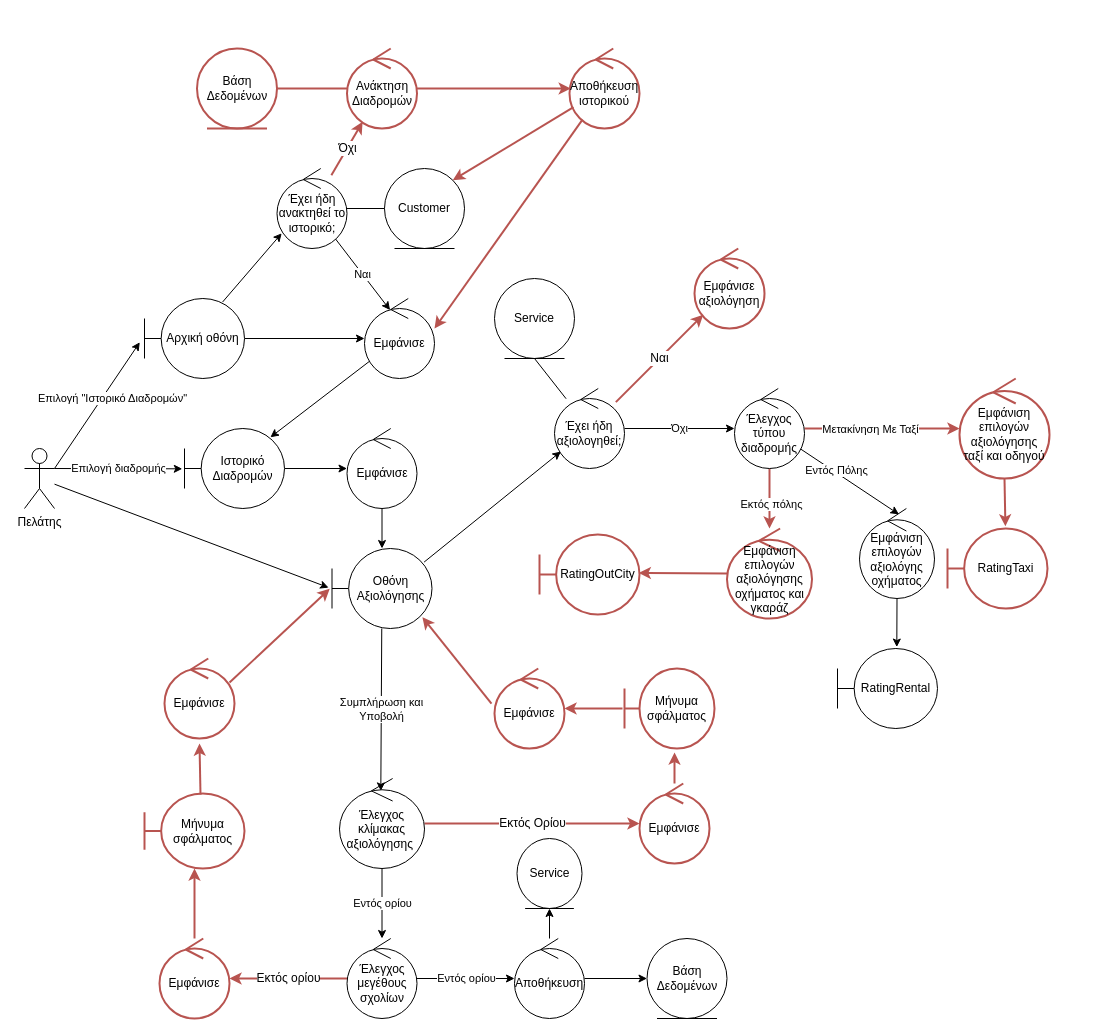
Above: Part_4/Robustness/diagrams/old/15_Αξιολόγηση.drawio in Nikolis2002/texnoligia_logismikou (draw.io), before the change. Source tidied: cells renumbered, new cells numbered last; positions are measured from the earlier drawing's top-left corner, leaving out a move shared by most shapes. Both pictures are drawn from the tidied source at 100%, with x=0, y=0 at pixel (24, 48).
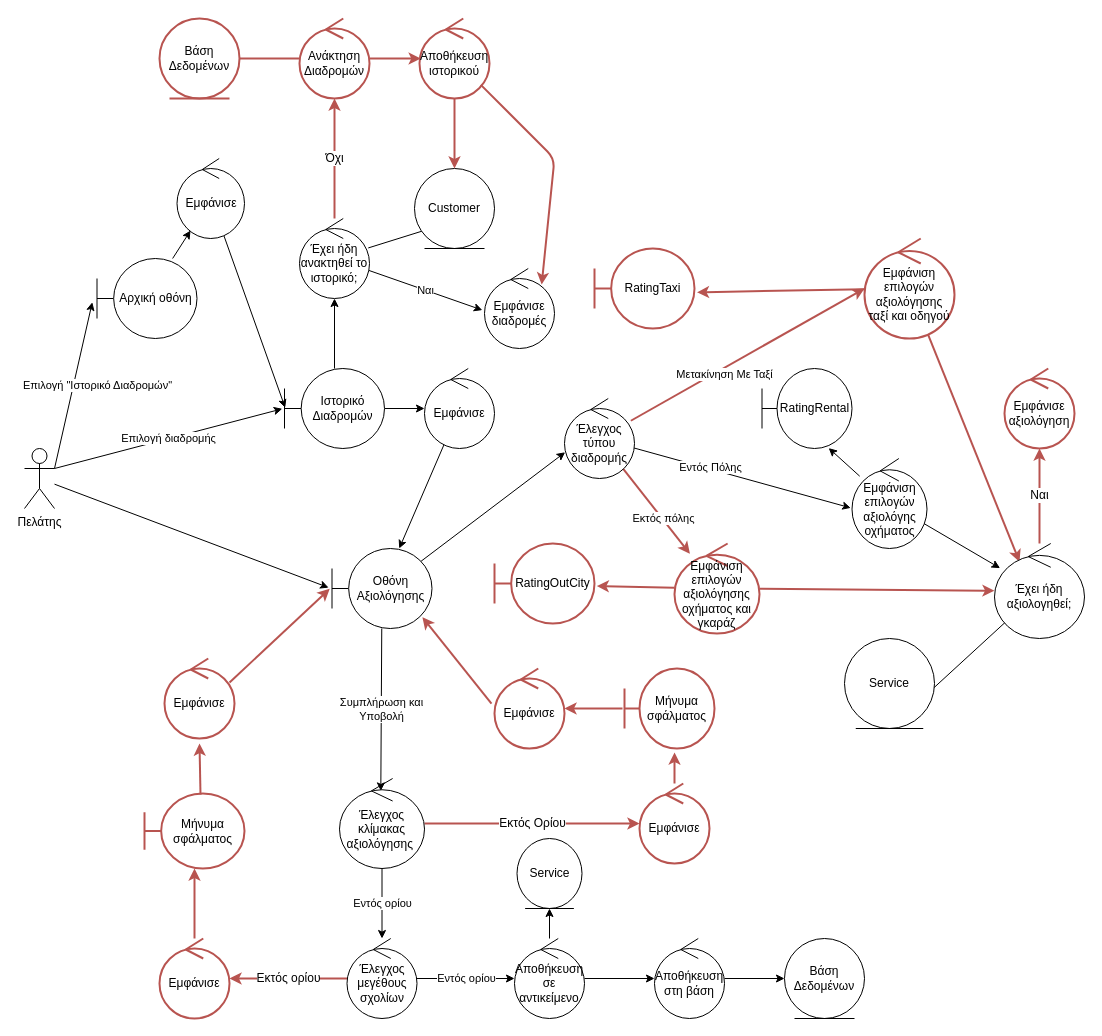
After the change.

Commit message (it also covers changes not shown here):
USE CASE 15

The change refers to these unchanged cells:
```xml
<mxCell id="60" value="Οθόνη Αξιολόγησης" style="shape=umlBoundary;whiteSpace=wrap;html=1;" parent="1" vertex="1">
  <mxGeometry x="307.5" y="500" width="100" height="80" as="geometry" />
</mxCell>
```

Diff of the diagram source:
```diff
@@
-    <mxCell id="7" style="edgeStyle=none;html=1;entryX=0.526;entryY=0.065;entryDx=0;entryDy=0;entryPerimeter=0;" parent="1" edge="1" source="13" target="17">
+    <mxCell id="7" style="edgeStyle=none;html=1;entryX=-0.017;entryY=0.549;entryDx=0;entryDy=0;entryPerimeter=0;" parent="1" edge="1" source="13" target="17">
       <mxGeometry relative="1" as="geometry" />
     </mxCell>
@@
-    <mxCell id="11" style="edgeStyle=none;html=1;entryX=0;entryY=0.5;entryDx=0;entryDy=0;entryPerimeter=0;fontSize=12;fillColor=none;strokeColor=#b85450;strokeWidth=2;" parent="1" edge="1" source="13" target="32">
-      <mxGeometry relative="1" as="geometry" />
+    <mxCell id="11" style="edgeStyle=none;html=1;fontSize=12;fillColor=none;strokeColor=#b85450;strokeWidth=2;" parent="1" edge="1" source="13">
+      <mxGeometry relative="1" as="geometry">
+        <mxPoint x="840" y="240" as="targetPoint" />
+      </mxGeometry>
     </mxCell>
@@
     <mxCell id="13" value="Έλεγχος τύπου διαδρομής" style="ellipse;shape=umlControl;whiteSpace=wrap;html=1;" parent="1" vertex="1">
-      <mxGeometry x="710" y="340" width="70" height="80" as="geometry" />
+      <mxGeometry x="540" y="350" width="70" height="80" as="geometry" />
     </mxCell>
@@
+    <mxCell id="76" style="edgeStyle=none;html=1;" parent="1" edge="1" source="15" target="64">
+      <mxGeometry relative="1" as="geometry" />
+    </mxCell>
     <mxCell id="15" value="Ιστορικό Διαδρομών" style="shape=umlBoundary;whiteSpace=wrap;html=1;" parent="1" vertex="1">
-      <mxGeometry x="160" y="380" width="100" height="80" as="geometry" />
+      <mxGeometry x="260" y="320" width="100" height="80" as="geometry" />
     </mxCell>
-    <mxCell id="16" style="edgeStyle=none;html=1;entryX=0.593;entryY=-0.018;entryDx=0;entryDy=0;entryPerimeter=0;" parent="1" edge="1" source="17" target="73">
+    <mxCell id="16" style="edgeStyle=none;html=1;entryX=0.741;entryY=0.995;entryDx=0;entryDy=0;entryPerimeter=0;" parent="1" edge="1" source="17" target="73">
       <mxGeometry relative="1" as="geometry" />
     </mxCell>
+    <mxCell id="77" style="edgeStyle=none;html=1;" parent="1" edge="1" source="17" target="45">
+      <mxGeometry relative="1" as="geometry" />
+    </mxCell>
     <mxCell id="17" value="Εμφάνιση επιλογών αξιολόγης οχήματος" style="ellipse;shape=umlControl;whiteSpace=wrap;html=1;fillColor=default;strokeColor=default;strokeWidth=1;" parent="1" vertex="1">
-      <mxGeometry x="835" y="460" width="75" height="90" as="geometry" />
+      <mxGeometry x="827.5" y="410" width="75" height="90" as="geometry" />
     </mxCell>
@@
-    <mxCell id="25" style="edgeStyle=none;html=1;endArrow=classic;endFill=1;" parent="1" edge="1" source="27" target="28">
-      <mxGeometry relative="1" as="geometry" />
-    </mxCell>
@@
+    <mxCell id="78" style="edgeStyle=none;html=1;" parent="1" edge="1" source="27" target="85">
+      <mxGeometry relative="1" as="geometry" />
+    </mxCell>
-    <mxCell id="27" value="Αποθήκευση" style="ellipse;shape=umlControl;whiteSpace=wrap;html=1;" parent="1" vertex="1">
+    <mxCell id="27" value="Αποθήκευση&lt;br&gt;σε αντικείμενο" style="ellipse;shape=umlControl;whiteSpace=wrap;html=1;" parent="1" vertex="1">
       <mxGeometry x="490" y="890" width="70" height="80" as="geometry" />
     </mxCell>
     <mxCell id="28" value="Βάση Δεδομένων" style="ellipse;shape=umlEntity;whiteSpace=wrap;html=1;" parent="1" vertex="1">
-      <mxGeometry x="622.5" y="890" width="80" height="80" as="geometry" />
+      <mxGeometry x="760" y="890" width="80" height="80" as="geometry" />
     </mxCell>
-    <mxCell id="29" style="edgeStyle=none;html=1;fontSize=12;fillColor=none;strokeColor=#b85450;strokeWidth=2;entryX=0.993;entryY=0.48;entryDx=0;entryDy=0;entryPerimeter=0;" parent="1" edge="1" source="30" target="75">
+    <mxCell id="29" style="edgeStyle=none;html=1;fontSize=12;fillColor=none;strokeColor=#b85450;strokeWidth=2;entryX=1.023;entryY=0.531;entryDx=0;entryDy=0;entryPerimeter=0;" parent="1" edge="1" source="30" target="75">
       <mxGeometry relative="1" as="geometry" />
     </mxCell>
+    <mxCell id="79" style="edgeStyle=none;html=1;fontSize=12;strokeColor=#b85450;fillColor=none;strokeWidth=2;" parent="1" edge="1" source="30" target="45">
+      <mxGeometry relative="1" as="geometry" />
+    </mxCell>
     <mxCell id="30" value="Εμφάνιση επιλογών αξιολόγησης οχήματος και γκαράζ" style="ellipse;shape=umlControl;whiteSpace=wrap;html=1;strokeColor=#b85450;fillColor=none;strokeWidth=2;" parent="1" vertex="1">
-      <mxGeometry x="702.5" y="480" width="85" height="90" as="geometry" />
+      <mxGeometry x="650" y="495" width="85" height="90" as="geometry" />
     </mxCell>
-    <mxCell id="31" style="edgeStyle=none;html=1;fontSize=12;fillColor=none;strokeColor=#b85450;strokeWidth=2;entryX=0.579;entryY=-0.027;entryDx=0;entryDy=0;entryPerimeter=0;" parent="1" edge="1" source="32" target="74">
+    <mxCell id="31" style="edgeStyle=none;html=1;fontSize=12;fillColor=none;strokeColor=#b85450;strokeWidth=2;entryX=1.025;entryY=0.548;entryDx=0;entryDy=0;entryPerimeter=0;" parent="1" edge="1" source="32" target="74">
       <mxGeometry relative="1" as="geometry" />
     </mxCell>
+    <mxCell id="80" style="edgeStyle=none;html=1;entryX=0.278;entryY=0.193;entryDx=0;entryDy=0;entryPerimeter=0;fontSize=12;strokeColor=#b85450;fillColor=none;strokeWidth=2;" parent="1" edge="1" source="32" target="45">
+      <mxGeometry relative="1" as="geometry" />
+    </mxCell>
     <mxCell id="32" value="Εμφάνιση επιλογών αξιολόγησης ταξί και οδηγού" style="ellipse;shape=umlControl;whiteSpace=wrap;html=1;strokeColor=#b85450;fillColor=none;strokeWidth=2;" parent="1" vertex="1">
-      <mxGeometry x="935" y="330" width="90" height="100" as="geometry" />
+      <mxGeometry x="840" y="190" width="90" height="100" as="geometry" />
     </mxCell>
@@
-    <mxCell id="38" style="edgeStyle=none;html=1;entryX=0.067;entryY=0.81;entryDx=0;entryDy=0;entryPerimeter=0;exitX=0.78;exitY=0.045;exitDx=0;exitDy=0;exitPerimeter=0;" parent="1" edge="1" source="39" target="64">
-      <mxGeometry relative="1" as="geometry" />
-    </mxCell>
     <mxCell id="39" value="Αρχική οθόνη" style="shape=umlBoundary;whiteSpace=wrap;html=1;" parent="1" vertex="1">
-      <mxGeometry x="120" y="250" width="100" height="80" as="geometry" />
+      <mxGeometry x="72.5" y="210" width="100" height="80" as="geometry" />
     </mxCell>
-    <mxCell id="40" style="edgeStyle=none;html=1;entryX=0.859;entryY=0.11;entryDx=0;entryDy=0;entryPerimeter=0;" parent="1" edge="1" source="41" target="15">
+    <mxCell id="40" style="edgeStyle=none;html=1;entryX=0.007;entryY=0.49;entryDx=0;entryDy=0;entryPerimeter=0;" parent="1" edge="1" source="41" target="15">
       <mxGeometry relative="1" as="geometry" />
     </mxCell>
     <mxCell id="41" value="Εμφάνισε" style="ellipse;shape=umlControl;whiteSpace=wrap;html=1;" parent="1" vertex="1">
-      <mxGeometry x="340" y="250" width="70" height="80" as="geometry" />
+      <mxGeometry x="152.5" y="110" width="67.5" height="80" as="geometry" />
     </mxCell>
@@
-    <mxCell id="44" value="Όχι" style="edgeStyle=none;html=1;" parent="1" edge="1" source="45" target="13">
-      <mxGeometry relative="1" as="geometry" />
-    </mxCell>
     <mxCell id="45" value="Έχει ήδη αξιολογηθεί;" style="ellipse;shape=umlControl;whiteSpace=wrap;html=1;" parent="1" vertex="1">
-      <mxGeometry x="530" y="340" width="70" height="80" as="geometry" />
+      <mxGeometry x="970" y="495" width="90" height="95" as="geometry" />
     </mxCell>
     <mxCell id="46" value="Εμφάνισε&lt;br&gt;αξιολόγηση" style="ellipse;shape=umlControl;whiteSpace=wrap;html=1;fillColor=none;strokeColor=#b85450;strokeWidth=2;" parent="1" vertex="1">
-      <mxGeometry x="670" y="200" width="70" height="80" as="geometry" />
+      <mxGeometry x="980" y="320" width="70" height="80" as="geometry" />
     </mxCell>
     <mxCell id="47" value="Service" style="ellipse;shape=umlEntity;whiteSpace=wrap;html=1;" parent="1" vertex="1">
-      <mxGeometry x="470" y="230" width="80" height="80" as="geometry" />
+      <mxGeometry x="820" y="590" width="90" height="90" as="geometry" />
     </mxCell>
@@
     <mxCell id="58" value="Εμφάνισε" style="ellipse;shape=umlControl;whiteSpace=wrap;html=1;" parent="1" vertex="1">
-      <mxGeometry x="322.5" y="380" width="70" height="80" as="geometry" />
+      <mxGeometry x="400" y="320" width="70" height="80" as="geometry" />
     </mxCell>
-    <mxCell id="59" style="edgeStyle=none;html=1;exitX=0.921;exitY=0.17;exitDx=0;exitDy=0;exitPerimeter=0;" parent="1" edge="1" source="60" target="45">
-      <mxGeometry relative="1" as="geometry" />
-    </mxCell>
+    <mxCell id="81" style="edgeStyle=none;html=1;entryX=0.009;entryY=0.672;entryDx=0;entryDy=0;entryPerimeter=0;exitX=0.891;exitY=0.159;exitDx=0;exitDy=0;exitPerimeter=0;" parent="1" edge="1" source="60" target="13">
+      <mxGeometry relative="1" as="geometry" />
+    </mxCell>
@@
-    <mxCell id="61" value="Ναι" style="edgeStyle=none;html=1;entryX=0.365;entryY=0.144;entryDx=0;entryDy=0;entryPerimeter=0;" parent="1" edge="1" source="64" target="41">
-      <mxGeometry relative="1" as="geometry" />
-    </mxCell>
@@
+    <mxCell id="61" value="Ναι" style="edgeStyle=none;html=1;entryX=-0.031;entryY=0.52;entryDx=0;entryDy=0;entryPerimeter=0;" parent="1" edge="1" source="64" target="83">
+      <mxGeometry relative="1" as="geometry" />
+    </mxCell>
     <mxCell id="64" value="Έχει ήδη ανακτηθεί το ιστορικό;" style="ellipse;shape=umlControl;whiteSpace=wrap;html=1;" parent="1" vertex="1">
-      <mxGeometry x="252.5" y="120" width="70" height="80" as="geometry" />
+      <mxGeometry x="275" y="170" width="70" height="80" as="geometry" />
     </mxCell>
     <mxCell id="65" value="Customer" style="ellipse;shape=umlEntity;whiteSpace=wrap;html=1;" parent="1" vertex="1">
-      <mxGeometry x="360" y="120" width="80" height="80" as="geometry" />
+      <mxGeometry x="390" y="120" width="80" height="80" as="geometry" />
     </mxCell>
@@
     <mxCell id="68" value="Ανάκτηση Διαδρομών" style="ellipse;shape=umlControl;whiteSpace=wrap;html=1;fillColor=none;strokeColor=#b85450;strokeWidth=2;" parent="1" vertex="1">
-      <mxGeometry x="322.5" width="70" height="80" as="geometry" />
+      <mxGeometry x="275" y="-30" width="70" height="80" as="geometry" />
     </mxCell>
     <mxCell id="69" value="Βάση Δεδομένων" style="ellipse;shape=umlEntity;whiteSpace=wrap;html=1;fillColor=none;strokeColor=#b85450;strokeWidth=2;" parent="1" vertex="1">
-      <mxGeometry x="172.5" width="80" height="80" as="geometry" />
+      <mxGeometry x="135" y="-30" width="80" height="80" as="geometry" />
     </mxCell>
-    <mxCell id="70" style="edgeStyle=none;html=1;entryX=1;entryY=0;entryDx=0;entryDy=0;endArrow=classic;endFill=1;fontSize=12;fillColor=none;strokeColor=#b85450;strokeWidth=2;" parent="1" edge="1" source="72" target="65">
+    <mxCell id="70" style="edgeStyle=none;html=1;entryX=0.5;entryY=0;entryDx=0;entryDy=0;endArrow=classic;endFill=1;fontSize=12;fillColor=none;strokeColor=#b85450;strokeWidth=2;" parent="1" edge="1" source="72" target="65">
       <mxGeometry relative="1" as="geometry" />
     </mxCell>
-    <mxCell id="71" style="edgeStyle=none;html=1;entryX=1;entryY=0.375;entryDx=0;entryDy=0;entryPerimeter=0;endArrow=classic;endFill=1;fontSize=12;fillColor=none;strokeColor=#b85450;strokeWidth=2;" parent="1" edge="1" source="72" target="41">
-      <mxGeometry relative="1" as="geometry" />
-    </mxCell>
+    <mxCell id="82" style="edgeStyle=none;html=1;entryX=0.817;entryY=0.2;entryDx=0;entryDy=0;entryPerimeter=0;fontSize=12;strokeColor=#b85450;endFill=1;fillColor=none;strokeWidth=2;" parent="1" edge="1" source="72" target="83">
+      <mxGeometry relative="1" as="geometry">
+        <Array as="points">
+          <mxPoint x="530" y="110" />
+        </Array>
+      </mxGeometry>
+    </mxCell>
     <mxCell id="72" value="Αποθήκευση ιστορικού" style="ellipse;shape=umlControl;whiteSpace=wrap;html=1;fillColor=none;strokeColor=#b85450;strokeWidth=2;" parent="1" vertex="1">
-      <mxGeometry x="545" width="70" height="80" as="geometry" />
+      <mxGeometry x="395" y="-30" width="70" height="80" as="geometry" />
     </mxCell>
     <mxCell id="73" value="RatingRental" style="shape=umlBoundary;whiteSpace=wrap;html=1;" parent="1" vertex="1">
-      <mxGeometry x="813" y="600" width="100" height="80" as="geometry" />
+      <mxGeometry x="737.5" y="320" width="90" height="80" as="geometry" />
     </mxCell>
     <mxCell id="74" value="RatingTaxi" style="shape=umlBoundary;whiteSpace=wrap;html=1;fillColor=none;strokeColor=#b85450;strokeWidth=2;" parent="1" vertex="1">
-      <mxGeometry x="923" y="480" width="100" height="80" as="geometry" />
+      <mxGeometry x="570" y="200" width="100" height="80" as="geometry" />
     </mxCell>
     <mxCell id="75" value="RatingOutCity" style="shape=umlBoundary;whiteSpace=wrap;html=1;fillColor=none;strokeColor=#b85450;strokeWidth=2;" parent="1" vertex="1">
-      <mxGeometry x="515" y="486" width="100" height="80" as="geometry" />
+      <mxGeometry x="470" y="495" width="100" height="80" as="geometry" />
     </mxCell>
+    <mxCell id="83" value="Εμφάνισε&lt;br&gt;διαδρομές" style="ellipse;shape=umlControl;whiteSpace=wrap;html=1;" parent="1" vertex="1">
+      <mxGeometry x="460" y="220" width="70" height="80" as="geometry" />
+    </mxCell>
+    <mxCell id="84" style="edgeStyle=none;html=1;" parent="1" edge="1" source="85" target="28">
+      <mxGeometry relative="1" as="geometry" />
+    </mxCell>
+    <mxCell id="85" value="Αποθήκευση&lt;br&gt;στη βάση" style="ellipse;shape=umlControl;whiteSpace=wrap;html=1;" parent="1" vertex="1">
+      <mxGeometry x="630" y="890" width="70" height="80" as="geometry" />
+    </mxCell>
```
